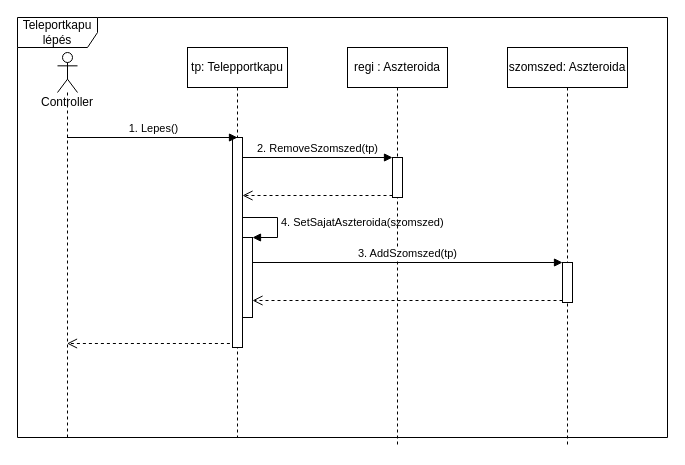
torpeBoiGo/aszteroidabanyaszat keeps this draw.io diagram as doc/szekvencia/7het_szek_TeleportkapuLepes.drawio. Above is the earlier version. Source tidied: cells renumbered, new cells numbered last; positions are measured from the earlier drawing's top-left corner, leaving out a move shared by most shapes. Both pictures are drawn from the tidied source at 100%, with x=0, y=0 at pixel (17, 17).
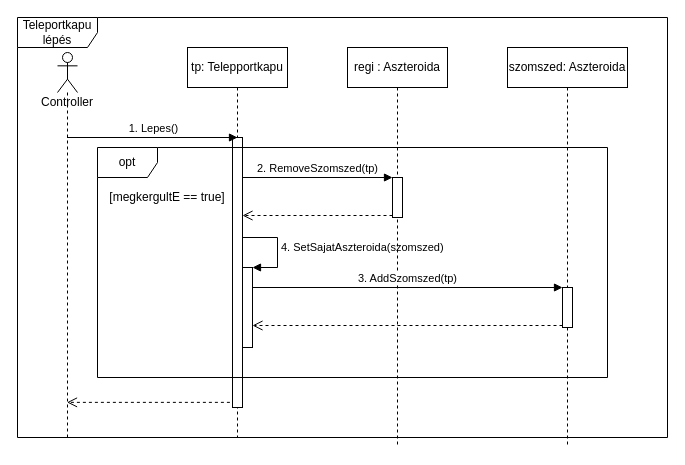
Above is the later version.

The change refers to these unchanged cells:
```xml
<mxCell id="3" value="tp: Telepportkapu" style="shape=umlLifeline;perimeter=lifelinePerimeter;whiteSpace=wrap;html=1;outlineConnect=0;" parent="1" vertex="1">
  <mxGeometry x="170" y="30" width="100" height="390" as="geometry" />
</mxCell>
<mxCell id="9" value="regi : Aszteroida" style="shape=umlLifeline;perimeter=lifelinePerimeter;whiteSpace=wrap;html=1;" parent="1" vertex="1">
  <mxGeometry x="330" y="30" width="100" height="400" as="geometry" />
</mxCell>
<mxCell id="12" value="szomszed: Aszteroida" style="shape=umlLifeline;perimeter=lifelinePerimeter;whiteSpace=wrap;html=1;" parent="1" vertex="1">
  <mxGeometry x="490" y="30" width="120" height="400" as="geometry" />
</mxCell>
```

Change to the diagram source:
```diff
@@
     <mxCell id="4" style="html=1;points=[];perimeter=orthogonalPerimeter;" parent="3" vertex="1">
-      <mxGeometry x="45" y="90" width="10" height="210" as="geometry" />
+      <mxGeometry x="45" y="90" width="10" height="270" as="geometry" />
     </mxCell>
     <mxCell id="5" style="html=1;points=[];perimeter=orthogonalPerimeter;" parent="3" vertex="1">
-      <mxGeometry x="55" y="190" width="10" height="80" as="geometry" />
+      <mxGeometry x="55" y="220" width="10" height="80" as="geometry" />
     </mxCell>
     <mxCell id="6" value="4. SetSajatAszteroida(szomszed)" style="edgeStyle=orthogonalEdgeStyle;html=1;align=left;spacingLeft=2;endArrow=block;rounded=0;entryX=1;entryY=0;" parent="3" edge="1" source="4" target="5">
       <mxGeometry relative="1" as="geometry">
         <Array as="points">
-          <mxPoint x="90" y="170" />
           <mxPoint x="90" y="190" />
-          <mxPoint x="65" y="190" />
+          <mxPoint x="90" y="220" />
         </Array>
       </mxGeometry>
     </mxCell>
@@
     <mxCell id="10" style="html=1;points=[];perimeter=orthogonalPerimeter;" parent="9" vertex="1">
-      <mxGeometry x="45" y="110" width="10" height="40" as="geometry" />
+      <mxGeometry x="45" y="130" width="10" height="40" as="geometry" />
     </mxCell>
@@
     <mxCell id="13" style="html=1;points=[];perimeter=orthogonalPerimeter;" parent="12" vertex="1">
-      <mxGeometry x="55" y="215" width="10" height="40" as="geometry" />
+      <mxGeometry x="55" y="240" width="10" height="40" as="geometry" />
     </mxCell>
@@
+    <mxCell id="18" value="opt" style="shape=umlFrame;whiteSpace=wrap;html=1;" parent="1" vertex="1">
+      <mxGeometry x="80" y="130" width="510" height="230" as="geometry" />
+    </mxCell>
+    <mxCell id="19" value="[megkergultE == true]" style="text;html=1;strokeColor=none;fillColor=none;align=center;verticalAlign=middle;whiteSpace=wrap;rounded=0;" parent="1" vertex="1">
+      <mxGeometry x="90" y="170" width="120" height="20" as="geometry" />
+    </mxCell>
```
